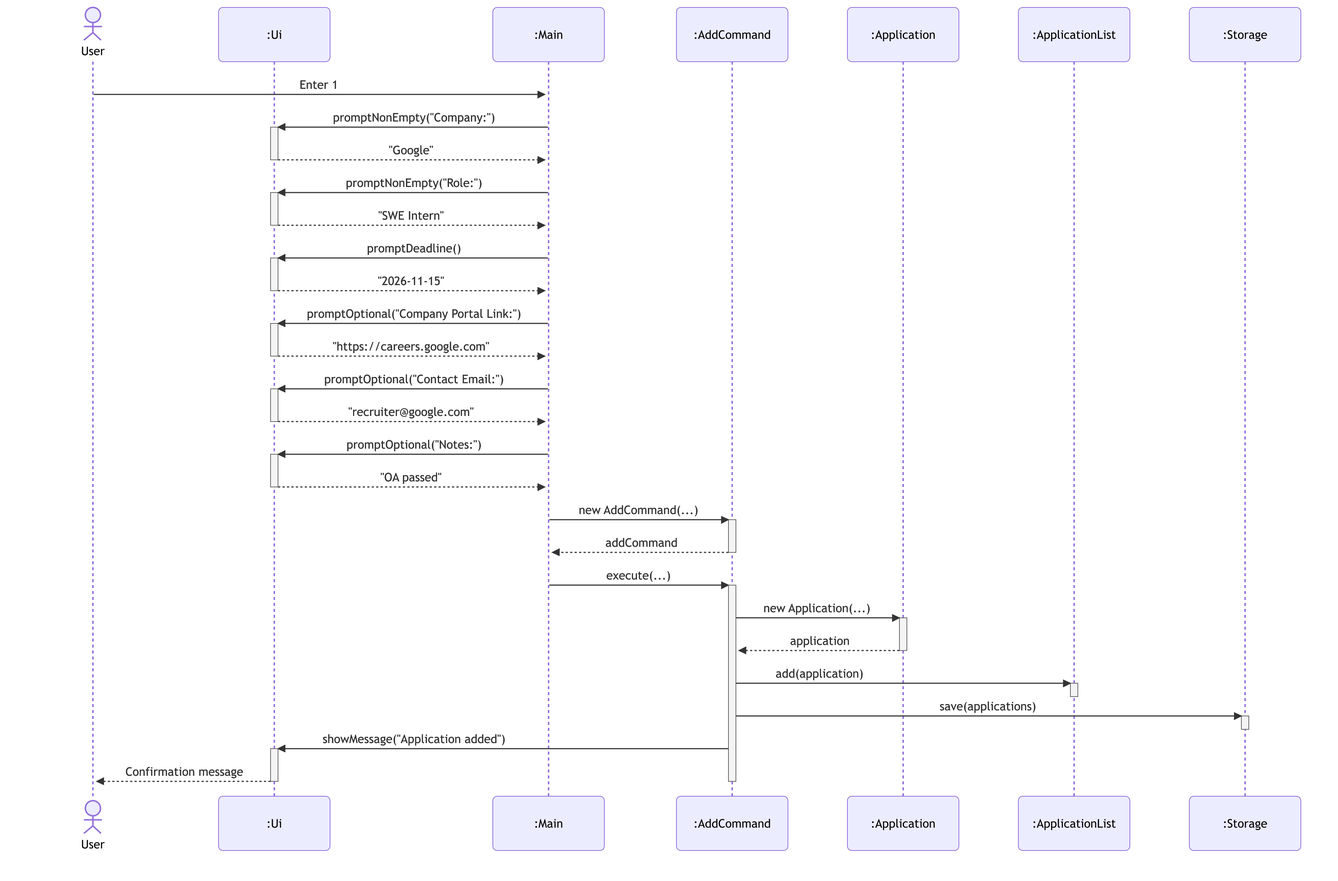
The Mermaid diagram docs/diagrams/add-application-sequence.png in AY2627S1-CS2113-T10-2/tp, before a commit. Its source is kept beside it as docs/diagrams/sources/add-application-sequence.mmd.
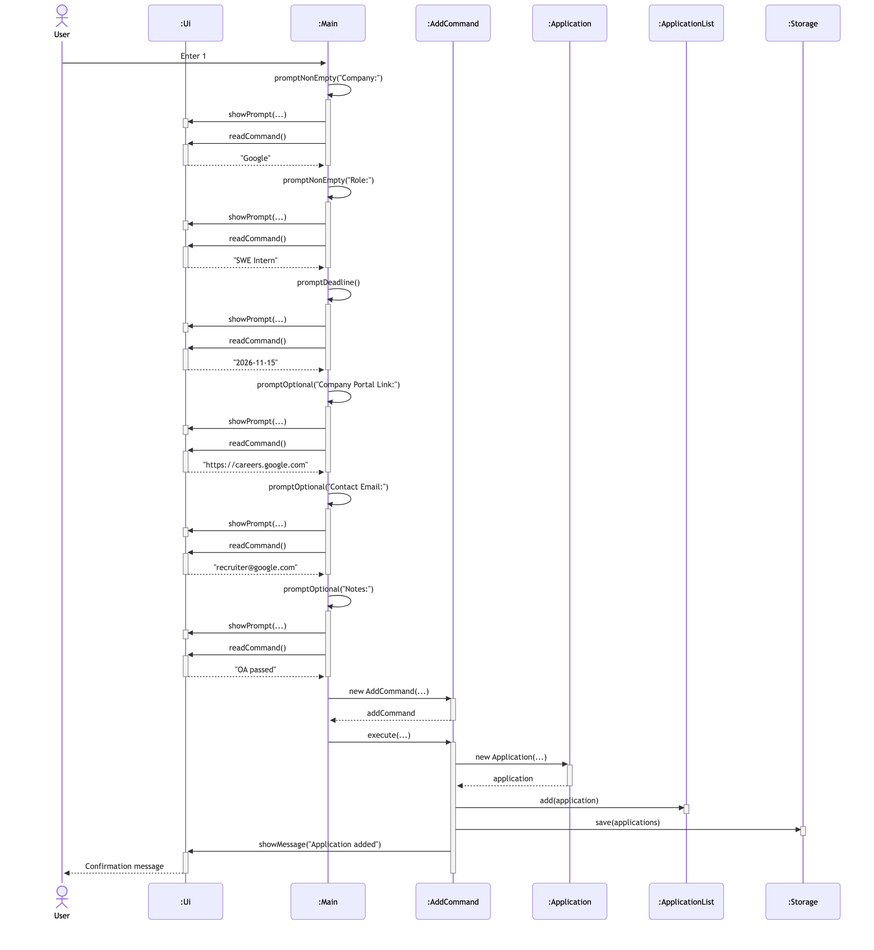
After the commit.

Diff of the diagram source:
```diff
@@ -9,30 +9,66 @@
     participant storage as :Storage
 
     user->>main: Enter 1
-    main->>ui: promptNonEmpty("Company:")
+    main->>main: promptNonEmpty("Company:")
+    activate main
+    main->>ui: showPrompt(...)
+    activate ui
+    deactivate ui
+    main->>ui: readCommand()
     activate ui
     ui-->>main: "Google"
     deactivate ui
-    main->>ui: promptNonEmpty("Role:")
+    deactivate main
+    main->>main: promptNonEmpty("Role:")
+    activate main
+    main->>ui: showPrompt(...)
+    activate ui
+    deactivate ui
+    main->>ui: readCommand()
     activate ui
     ui-->>main: "SWE Intern"
     deactivate ui
-    main->>ui: promptDeadline()
+    deactivate main
+    main->>main: promptDeadline()
+    activate main
+    main->>ui: showPrompt(...)
+    activate ui
+    deactivate ui
+    main->>ui: readCommand()
     activate ui
     ui-->>main: "2026-11-15"
     deactivate ui
-    main->>ui: promptOptional("Company Portal Link:")
+    deactivate main
+    main->>main: promptOptional("Company Portal Link:")
+    activate main
+    main->>ui: showPrompt(...)
+    activate ui
+    deactivate ui
+    main->>ui: readCommand()
     activate ui
     ui-->>main: "https://careers.google.com"
     deactivate ui
-    main->>ui: promptOptional("Contact Email:")
+    deactivate main
+    main->>main: promptOptional("Contact Email:")
+    activate main
+    main->>ui: showPrompt(...)
+    activate ui
+    deactivate ui
+    main->>ui: readCommand()
     activate ui
     ui-->>main: "recruiter@google.com"
     deactivate ui
-    main->>ui: promptOptional("Notes:")
+    deactivate main
+    main->>main: promptOptional("Notes:")
+    activate main
+    main->>ui: showPrompt(...)
+    activate ui
+    deactivate ui
+    main->>ui: readCommand()
     activate ui
     ui-->>main: "OA passed"
     deactivate ui
+    deactivate main
 
     main->>cmd: new AddCommand(...)
     activate cmd
```
